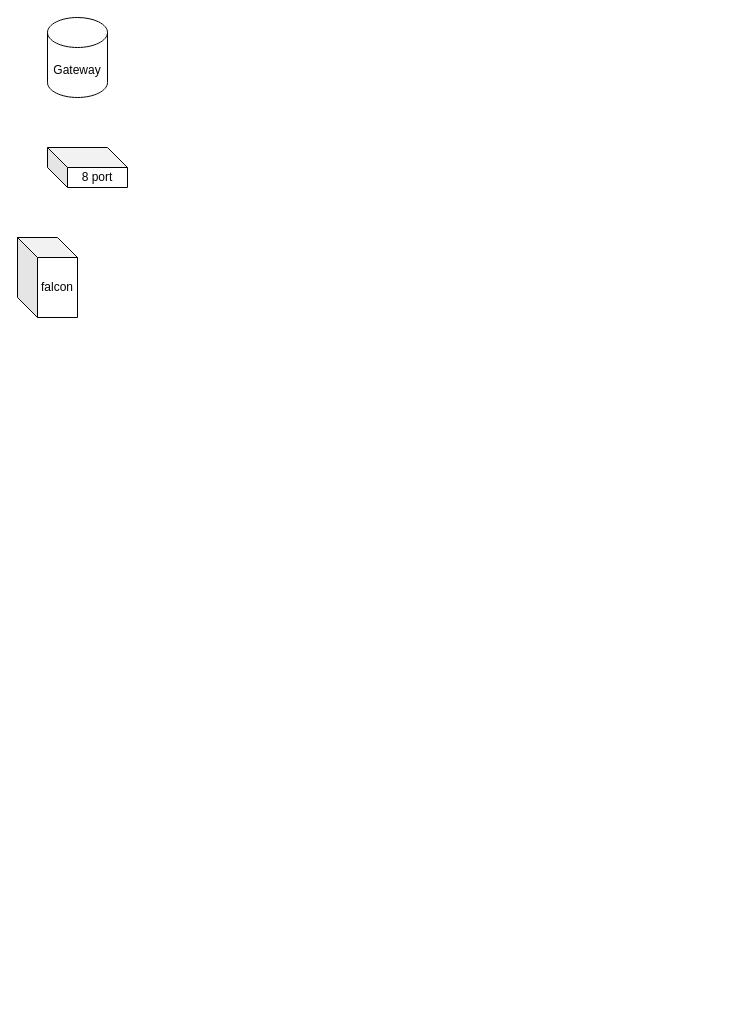
Earlier version of the draw.io diagram Home-Network.drawio (SomethingGeneric/SomethingGeneric). Source tidied: cells renumbered, new cells numbered last; positions are measured from the earlier drawing's top-left corner, leaving out a move shared by most shapes. Both pictures are drawn from the tidied source at 100%, with x=0, y=0 at pixel (17, 17).
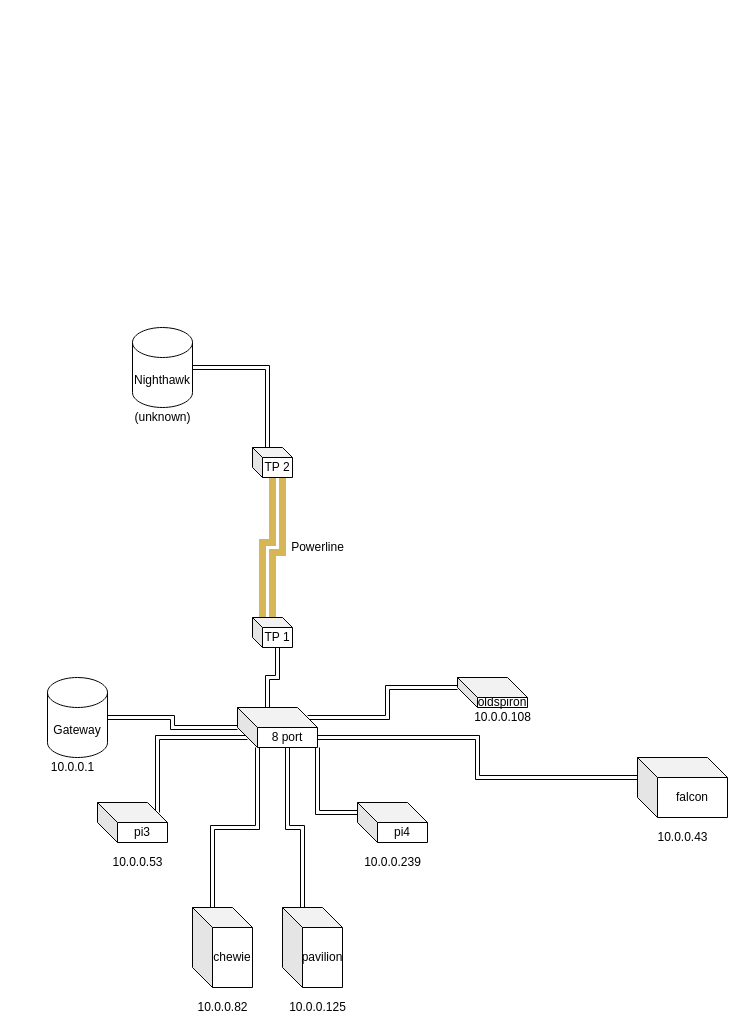
Above is the later version.

What changed in the source:
```diff
@@
+    <mxCell id="5" style="edgeStyle=orthogonalEdgeStyle;shape=link;rounded=0;jettySize=auto;html=1;exitX=1;exitY=0.5;exitDx=0;exitDy=0;exitPerimeter=0;entryX=0;entryY=0;entryDx=0;entryDy=20;entryPerimeter=0;" parent="1" edge="1" source="2" target="3">
+      <mxGeometry relative="1" as="geometry" />
+    </mxCell>
     <mxCell id="2" value="Gateway" style="shape=cylinder3;whiteSpace=wrap;html=1;boundedLbl=1;backgroundOutline=1;size=15;" parent="1" vertex="1">
-      <mxGeometry x="30" width="60" height="80" as="geometry" />
+      <mxGeometry x="30" y="660" width="60" height="80" as="geometry" />
     </mxCell>
+    <mxCell id="6" style="edgeStyle=orthogonalEdgeStyle;shape=link;rounded=0;jettySize=auto;html=1;exitX=0;exitY=0;exitDx=10;exitDy=30;exitPerimeter=0;entryX=0;entryY=0;entryDx=60;entryDy=10;entryPerimeter=0;" parent="1" edge="1" source="3" target="16">
+      <mxGeometry relative="1" as="geometry" />
+    </mxCell>
+    <mxCell id="7" style="edgeStyle=orthogonalEdgeStyle;shape=link;rounded=0;jettySize=auto;html=1;exitX=0;exitY=0;exitDx=70;exitDy=10;exitPerimeter=0;entryX=0;entryY=0;entryDx=0;entryDy=10;entryPerimeter=0;" parent="1" edge="1" source="3" target="20">
+      <mxGeometry relative="1" as="geometry" />
+    </mxCell>
+    <mxCell id="8" style="edgeStyle=orthogonalEdgeStyle;shape=link;rounded=0;jettySize=auto;html=1;exitX=0;exitY=0;exitDx=80;exitDy=30;exitPerimeter=0;entryX=0;entryY=0;entryDx=0;entryDy=20;entryPerimeter=0;" parent="1" edge="1" source="3" target="4">
+      <mxGeometry relative="1" as="geometry" />
+    </mxCell>
+    <mxCell id="9" style="edgeStyle=orthogonalEdgeStyle;shape=link;rounded=0;jettySize=auto;html=1;exitX=1;exitY=1;exitDx=0;exitDy=0;exitPerimeter=0;entryX=0;entryY=0;entryDx=0;entryDy=10;entryPerimeter=0;" parent="1" edge="1" source="3" target="17">
+      <mxGeometry relative="1" as="geometry" />
+    </mxCell>
+    <mxCell id="10" style="edgeStyle=orthogonalEdgeStyle;shape=link;rounded=0;jettySize=auto;html=1;exitX=0;exitY=0;exitDx=50;exitDy=40;exitPerimeter=0;entryX=0;entryY=0;entryDx=20;entryDy=0;entryPerimeter=0;" parent="1" edge="1" source="3" target="22">
+      <mxGeometry relative="1" as="geometry" />
+    </mxCell>
+    <mxCell id="11" style="edgeStyle=orthogonalEdgeStyle;shape=link;rounded=0;jettySize=auto;html=1;exitX=0;exitY=0;exitDx=20;exitDy=40;exitPerimeter=0;entryX=0;entryY=0;entryDx=20;entryDy=0;entryPerimeter=0;" parent="1" edge="1" source="3" target="14">
+      <mxGeometry relative="1" as="geometry" />
+    </mxCell>
+    <mxCell id="12" style="edgeStyle=orthogonalEdgeStyle;shape=link;rounded=0;jettySize=auto;html=1;exitX=0;exitY=0;exitDx=30;exitDy=0;exitPerimeter=0;entryX=0;entryY=0;entryDx=25;entryDy=30;entryPerimeter=0;" parent="1" edge="1" source="3" target="25">
+      <mxGeometry relative="1" as="geometry" />
+    </mxCell>
     <mxCell id="3" value="8 port" style="shape=cube;whiteSpace=wrap;html=1;boundedLbl=1;backgroundOutline=1;darkOpacity=0.05;darkOpacity2=0.1;" parent="1" vertex="1">
-      <mxGeometry x="30" y="130" width="80" height="40" as="geometry" />
+      <mxGeometry x="220" y="690" width="80" height="40" as="geometry" />
     </mxCell>
     <mxCell id="4" value="falcon&lt;br&gt;" style="shape=cube;whiteSpace=wrap;html=1;boundedLbl=1;backgroundOutline=1;darkOpacity=0.05;darkOpacity2=0.1;" parent="1" vertex="1">
-      <mxGeometry y="220" width="60" height="80" as="geometry" />
+      <mxGeometry x="620" y="740" width="90" height="60" as="geometry" />
     </mxCell>
+    <mxCell id="13" value="10.0.0.43" style="text;html=1;align=center;verticalAlign=middle;fillColor=none;strokeColor=none;rounded=0;" parent="1" vertex="1">
+      <mxGeometry x="630" y="810" width="70" height="20" as="geometry" />
+    </mxCell>
+    <mxCell id="14" value="chewie" style="shape=cube;whiteSpace=wrap;html=1;boundedLbl=1;backgroundOutline=1;darkOpacity=0.05;darkOpacity2=0.1;" parent="1" vertex="1">
+      <mxGeometry x="175" y="890" width="60" height="80" as="geometry" />
+    </mxCell>
+    <mxCell id="15" value="10.0.0.82" style="text;html=1;align=center;verticalAlign=middle;fillColor=none;strokeColor=none;rounded=0;" parent="1" vertex="1">
+      <mxGeometry x="170" y="980" width="70" height="20" as="geometry" />
+    </mxCell>
+    <mxCell id="16" value="pi3" style="shape=cube;whiteSpace=wrap;html=1;boundedLbl=1;backgroundOutline=1;darkOpacity=0.05;darkOpacity2=0.1;" parent="1" vertex="1">
+      <mxGeometry x="80" y="785" width="70" height="40" as="geometry" />
+    </mxCell>
+    <mxCell id="17" value="pi4" style="shape=cube;whiteSpace=wrap;html=1;boundedLbl=1;backgroundOutline=1;darkOpacity=0.05;darkOpacity2=0.1;" parent="1" vertex="1">
+      <mxGeometry x="340" y="785" width="70" height="40" as="geometry" />
+    </mxCell>
+    <mxCell id="18" value="10.0.0.53" style="text;html=1;align=center;verticalAlign=middle;fillColor=none;strokeColor=none;rounded=0;" parent="1" vertex="1">
+      <mxGeometry x="85" y="835" width="70" height="20" as="geometry" />
+    </mxCell>
+    <mxCell id="19" value="10.0.0.239" style="text;html=1;align=center;verticalAlign=middle;fillColor=none;strokeColor=none;rounded=0;" parent="1" vertex="1">
+      <mxGeometry x="340" y="835" width="70" height="20" as="geometry" />
+    </mxCell>
+    <mxCell id="20" value="oldspiron" style="shape=cube;whiteSpace=wrap;html=1;boundedLbl=1;backgroundOutline=1;darkOpacity=0.05;darkOpacity2=0.1;" parent="1" vertex="1">
+      <mxGeometry x="440" y="660" width="70" height="30" as="geometry" />
+    </mxCell>
+    <mxCell id="21" value="10.0.0.108" style="text;html=1;align=center;verticalAlign=middle;fillColor=none;strokeColor=none;rounded=0;" parent="1" vertex="1">
+      <mxGeometry x="450" y="690" width="70" height="20" as="geometry" />
+    </mxCell>
+    <mxCell id="22" value="pavilion" style="shape=cube;whiteSpace=wrap;html=1;boundedLbl=1;backgroundOutline=1;darkOpacity=0.05;darkOpacity2=0.1;" parent="1" vertex="1">
+      <mxGeometry x="265" y="890" width="60" height="80" as="geometry" />
+    </mxCell>
+    <mxCell id="23" value="10.0.0.125" style="text;html=1;align=center;verticalAlign=middle;fillColor=none;strokeColor=none;rounded=0;" parent="1" vertex="1">
+      <mxGeometry x="265" y="980" width="70" height="20" as="geometry" />
+    </mxCell>
+    <mxCell id="24" style="edgeStyle=orthogonalEdgeStyle;shape=link;rounded=0;jettySize=auto;html=1;exitX=0;exitY=0;exitDx=15;exitDy=0;exitPerimeter=0;entryX=0;entryY=0;entryDx=25;entryDy=30;entryPerimeter=0;fillColor=#fff2cc;strokeColor=#d6b656;strokeWidth=7;" parent="1" edge="1" source="25" target="28">
+      <mxGeometry relative="1" as="geometry" />
+    </mxCell>
+    <mxCell id="25" value="TP 1" style="shape=cube;whiteSpace=wrap;html=1;boundedLbl=1;backgroundOutline=1;darkOpacity=0.05;darkOpacity2=0.1;size=10;" parent="1" vertex="1">
+      <mxGeometry x="235" y="600" width="40" height="30" as="geometry" />
+    </mxCell>
+    <mxCell id="26" value="10.0.0.1" style="text;html=1;align=center;verticalAlign=middle;fillColor=none;strokeColor=none;rounded=0;" parent="1" vertex="1">
+      <mxGeometry x="25" y="740" width="60" height="20" as="geometry" />
+    </mxCell>
+    <mxCell id="27" style="edgeStyle=orthogonalEdgeStyle;shape=link;rounded=0;jettySize=auto;html=1;exitX=0;exitY=0;exitDx=15;exitDy=0;exitPerimeter=0;entryX=1;entryY=0.5;entryDx=0;entryDy=0;entryPerimeter=0;strokeWidth=1;" parent="1" edge="1" source="28" target="29">
+      <mxGeometry relative="1" as="geometry" />
+    </mxCell>
+    <mxCell id="28" value="TP 2" style="shape=cube;whiteSpace=wrap;html=1;boundedLbl=1;backgroundOutline=1;darkOpacity=0.05;darkOpacity2=0.1;size=10;" parent="1" vertex="1">
+      <mxGeometry x="235" y="430" width="40" height="30" as="geometry" />
+    </mxCell>
+    <mxCell id="29" value="Nighthawk" style="shape=cylinder3;whiteSpace=wrap;html=1;boundedLbl=1;backgroundOutline=1;size=15;" parent="1" vertex="1">
+      <mxGeometry x="115" y="310" width="60" height="80" as="geometry" />
+    </mxCell>
+    <mxCell id="30" value="(unknown)" style="text;html=1;align=center;verticalAlign=middle;fillColor=none;strokeColor=none;rounded=0;" parent="1" vertex="1">
+      <mxGeometry x="110" y="390" width="70" height="20" as="geometry" />
+    </mxCell>
+    <mxCell id="31" value="Powerline" style="text;html=1;align=center;verticalAlign=middle;fillColor=none;strokeColor=none;rounded=0;" parent="1" vertex="1">
+      <mxGeometry x="265" y="520" width="70" height="20" as="geometry" />
+    </mxCell>
```
